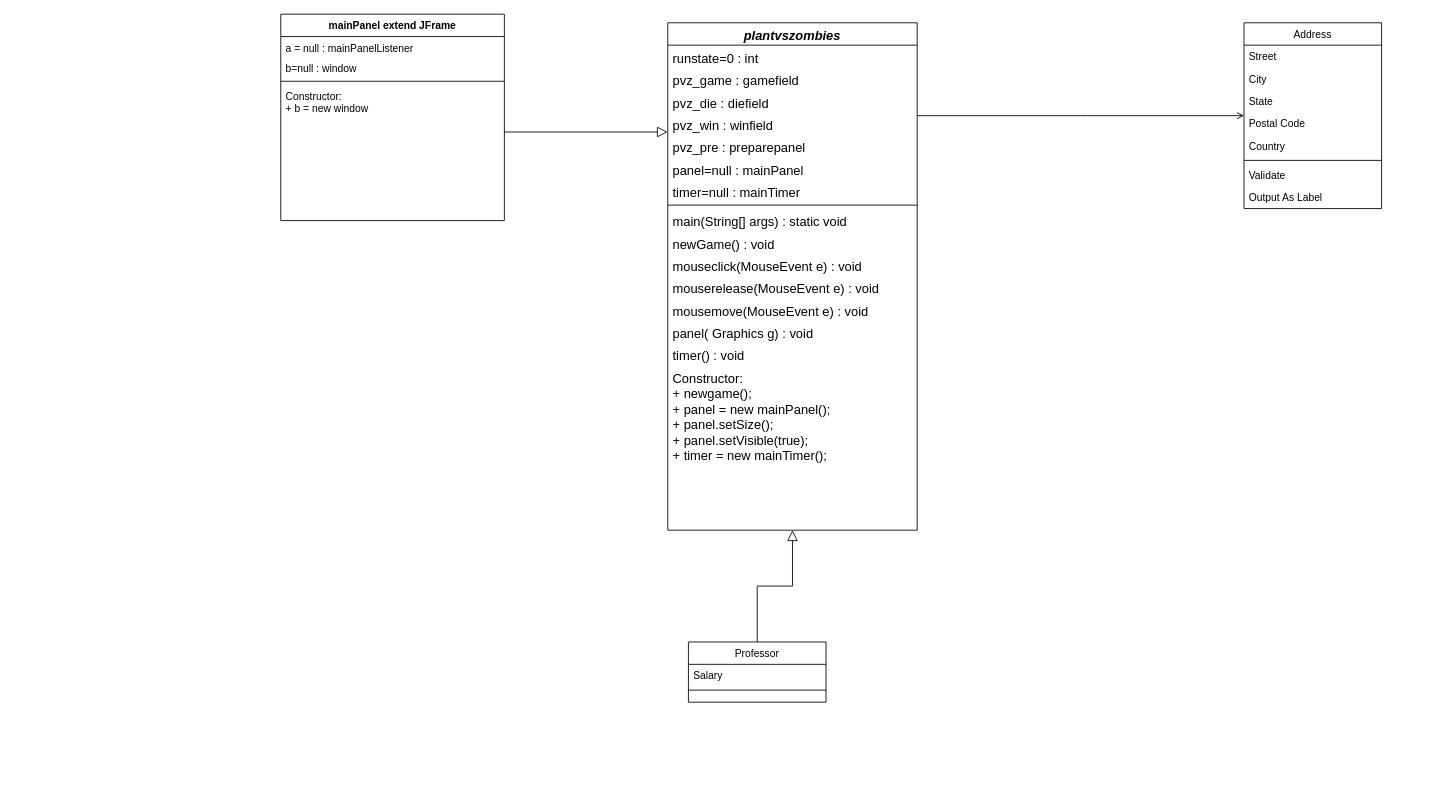
Earlier version of the draw.io diagram Untitled Diagram.drawio (meowie2k3/BoxOfParticle). Source tidied: cells renumbered, new cells numbered last; positions are measured from the earlier drawing's top-left corner, leaving out a move shared by most shapes. Both pictures are drawn from the tidied source at 86%, with x=0, y=0 at pixel (280, 14).
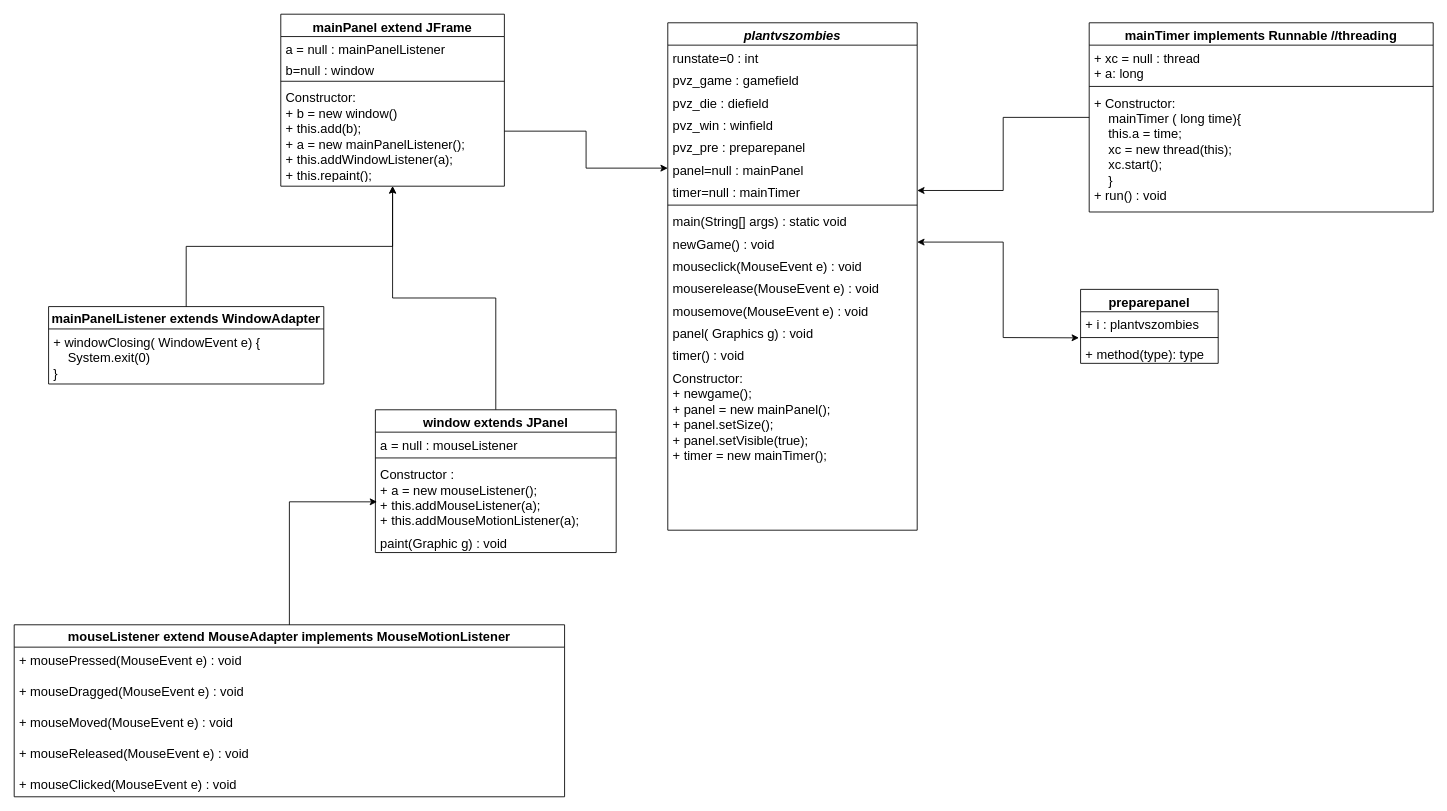
After the change.

The change refers to these unchanged cells:
```xml
<mxCell id="2" value="plantvszombies" style="swimlane;fontStyle=3;align=center;verticalAlign=top;horizontal=1;startSize=26;rounded=0;shadow=0;strokeWidth=1;fontSize=15;" parent="1" vertex="1">
  <mxGeometry x="450" y="10" width="290" height="590" as="geometry" />
</mxCell>
<mxCell id="8" value="panel=null : mainPanel" style="text;align=left;verticalAlign=top;spacingLeft=4;spacingRight=4;overflow=hidden;points=[[0,0.5],[1,0.5]];portConstraint=eastwest;rounded=0;shadow=0;html=0;fontSize=15;" parent="2" vertex="1">
  <mxGeometry y="156" width="290" height="26" as="geometry" />
</mxCell>
<mxCell id="9" value="timer=null : mainTimer" style="text;align=left;verticalAlign=top;spacingLeft=4;spacingRight=4;overflow=hidden;points=[[0,0.5],[1,0.5]];portConstraint=eastwest;rounded=0;shadow=0;html=0;fontSize=15;" parent="2" vertex="1">
  <mxGeometry y="182" width="290" height="26" as="geometry" />
</mxCell>
<mxCell id="12" value="newGame() : void" style="text;align=left;verticalAlign=top;spacingLeft=4;spacingRight=4;overflow=hidden;points=[[0,0.5],[1,0.5]];portConstraint=eastwest;fontSize=15;" parent="2" vertex="1">
  <mxGeometry y="242" width="290" height="26" as="geometry" />
</mxCell>
```

The edit, as a diff of the source:
```diff
@@
-    <mxCell id="10" style="line;html=1;strokeWidth=1;align=left;verticalAlign=middle;spacingTop=-1;spacingLeft=3;spacingRight=3;labelPosition=right;" parent="2" vertex="1">
+    <mxCell id="10" style="line;html=1;strokeWidth=1;align=left;verticalAlign=middle;spacingTop=-1;spacingLeft=3;spacingRight=3;labelPosition=right;fontSize=15;" parent="2" vertex="1">
       <mxGeometry y="208" width="290" height="8" as="geometry" />
     </mxCell>
@@
-    <mxCell id="19" value="mainPanel extend JFrame" style="swimlane;fontStyle=1;align=center;verticalAlign=top;horizontal=1;startSize=26;rounded=0;shadow=0;strokeWidth=1;" parent="1" vertex="1">
-      <mxGeometry width="260" height="240" as="geometry" />
+    <mxCell id="19" value="mainPanel extend JFrame" style="swimlane;fontStyle=1;align=center;verticalAlign=top;horizontal=1;startSize=26;rounded=0;shadow=0;strokeWidth=1;fontSize=15;" parent="1" vertex="1">
+      <mxGeometry width="260" height="200" as="geometry" />
     </mxCell>
-    <mxCell id="20" value="a = null : mainPanelListener" style="text;align=left;verticalAlign=top;spacingLeft=4;spacingRight=4;overflow=hidden;" parent="19" vertex="1">
+    <mxCell id="20" value="a = null : mainPanelListener" style="text;align=left;verticalAlign=top;spacingLeft=4;spacingRight=4;overflow=hidden;fontSize=15;" parent="19" vertex="1">
       <mxGeometry y="26" width="260" height="24" as="geometry" />
     </mxCell>
-    <mxCell id="21" value="b=null : window" style="text;align=left;verticalAlign=top;spacingLeft=4;spacingRight=4;overflow=hidden;" parent="19" vertex="1">
+    <mxCell id="21" value="b=null : window" style="text;align=left;verticalAlign=top;spacingLeft=4;spacingRight=4;overflow=hidden;fontSize=15;" parent="19" vertex="1">
       <mxGeometry y="50" width="260" height="24" as="geometry" />
     </mxCell>
-    <mxCell id="22" style="line;html=1;strokeWidth=1;align=left;verticalAlign=middle;spacingTop=-1;spacingLeft=3;spacingRight=3;labelPosition=right;" parent="19" vertex="1">
+    <mxCell id="22" style="line;html=1;strokeWidth=1;align=left;verticalAlign=middle;spacingTop=-1;spacingLeft=3;spacingRight=3;labelPosition=right;fontSize=15;" parent="19" vertex="1">
       <mxGeometry y="74" width="260" height="8" as="geometry" />
     </mxCell>
-    <mxCell id="23" value="Constructor:&#10;+ b = new window" style="text;align=left;verticalAlign=top;spacingLeft=4;spacingRight=4;overflow=hidden;points=[[0,0.5],[1,0.5]];portConstraint=eastwest;fontStyle=0;" parent="19" vertex="1">
-      <mxGeometry y="82" width="260" height="78" as="geometry" />
+    <mxCell id="23" value="Constructor:&#10;+ b = new window()&#10;+ this.add(b);&#10;+ a = new mainPanelListener();&#10;+ this.addWindowListener(a);&#10;+ this.repaint();" style="text;align=left;verticalAlign=top;spacingLeft=4;spacingRight=4;overflow=hidden;points=[[0,0.5],[1,0.5]];portConstraint=eastwest;fontStyle=0;fontSize=15;" parent="19" vertex="1">
+      <mxGeometry y="82" width="260" height="108" as="geometry" />
     </mxCell>
-    <mxCell id="24" style="endArrow=block;endSize=10;endFill=0;shadow=0;strokeWidth=1;rounded=0;edgeStyle=elbowEdgeStyle;elbow=vertical;startArrow=none;" parent="1" edge="1" target="2">
-      <mxGeometry relative="1" as="geometry">
-        <mxPoint x="260" y="137" as="sourcePoint" />
-      </mxGeometry>
-    </mxCell>
-    <mxCell id="25" value="Professor" style="swimlane;fontStyle=0;align=center;verticalAlign=top;horizontal=1;startSize=26;rounded=0;shadow=0;strokeWidth=1;" parent="1" vertex="1">
-      <mxGeometry x="474" y="730" width="160" height="70" as="geometry" />
-    </mxCell>
-    <mxCell id="26" value="Salary" style="text;align=left;verticalAlign=top;spacingLeft=4;spacingRight=4;overflow=hidden;" parent="25" vertex="1">
-      <mxGeometry y="26" width="160" height="26" as="geometry" />
-    </mxCell>
-    <mxCell id="27" style="line;html=1;strokeWidth=1;align=left;verticalAlign=middle;spacingTop=-1;spacingLeft=3;spacingRight=3;labelPosition=right;" parent="25" vertex="1">
-      <mxGeometry y="52" width="160" height="8" as="geometry" />
-    </mxCell>
-    <mxCell id="28" style="endArrow=block;endSize=10;endFill=0;shadow=0;strokeWidth=1;rounded=0;edgeStyle=elbowEdgeStyle;elbow=vertical;" parent="1" edge="1" source="25" target="2">
-      <mxGeometry relative="1" as="geometry" />
-    </mxCell>
-    <mxCell id="29" value="Address" style="swimlane;fontStyle=0;align=center;verticalAlign=top;horizontal=1;startSize=26;rounded=0;shadow=0;strokeWidth=1;" parent="1" vertex="1">
-      <mxGeometry x="1120" y="10" width="160" height="216" as="geometry" />
-    </mxCell>
-    <mxCell id="30" value="Street" style="text;align=left;verticalAlign=top;spacingLeft=4;spacingRight=4;overflow=hidden;" parent="29" vertex="1">
-      <mxGeometry y="26" width="160" height="26" as="geometry" />
-    </mxCell>
-    <mxCell id="31" value="City" style="text;align=left;verticalAlign=top;spacingLeft=4;spacingRight=4;overflow=hidden;rounded=0;shadow=0;html=0;" parent="29" vertex="1">
-      <mxGeometry y="52" width="160" height="26" as="geometry" />
-    </mxCell>
-    <mxCell id="32" value="State" style="text;align=left;verticalAlign=top;spacingLeft=4;spacingRight=4;overflow=hidden;rounded=0;shadow=0;html=0;" parent="29" vertex="1">
-      <mxGeometry y="78" width="160" height="26" as="geometry" />
-    </mxCell>
-    <mxCell id="33" value="Postal Code" style="text;align=left;verticalAlign=top;spacingLeft=4;spacingRight=4;overflow=hidden;rounded=0;shadow=0;html=0;" parent="29" vertex="1">
-      <mxGeometry y="104" width="160" height="26" as="geometry" />
-    </mxCell>
-    <mxCell id="34" value="Country" style="text;align=left;verticalAlign=top;spacingLeft=4;spacingRight=4;overflow=hidden;rounded=0;shadow=0;html=0;" parent="29" vertex="1">
-      <mxGeometry y="130" width="160" height="26" as="geometry" />
-    </mxCell>
-    <mxCell id="35" style="line;html=1;strokeWidth=1;align=left;verticalAlign=middle;spacingTop=-1;spacingLeft=3;spacingRight=3;labelPosition=right;" parent="29" vertex="1">
-      <mxGeometry y="156" width="160" height="8" as="geometry" />
-    </mxCell>
-    <mxCell id="36" value="Validate" style="text;align=left;verticalAlign=top;spacingLeft=4;spacingRight=4;overflow=hidden;" parent="29" vertex="1">
-      <mxGeometry y="164" width="160" height="26" as="geometry" />
-    </mxCell>
-    <mxCell id="37" value="Output As Label" style="text;align=left;verticalAlign=top;spacingLeft=4;spacingRight=4;overflow=hidden;" parent="29" vertex="1">
-      <mxGeometry y="190" width="160" height="26" as="geometry" />
-    </mxCell>
-    <mxCell id="38" style="endArrow=open;shadow=0;strokeWidth=1;rounded=0;endFill=1;edgeStyle=elbowEdgeStyle;elbow=vertical;" parent="1" edge="1" source="2" target="29">
-      <mxGeometry x="0.5" y="41" relative="1" as="geometry">
-        <mxPoint x="-40" y="32" as="offset" />
-      </mxGeometry>
-    </mxCell>
+    <mxCell id="39" style="edgeStyle=orthogonalEdgeStyle;rounded=0;jettySize=auto;html=1;exitX=0.5;exitY=0;exitDx=0;exitDy=0;entryX=0.5;entryY=1;entryDx=0;entryDy=0;fontSize=15;" parent="1" edge="1" source="40" target="19">
+      <mxGeometry relative="1" as="geometry" />
+    </mxCell>
+    <mxCell id="40" value="mainPanelListener extends WindowAdapter" style="swimlane;fontStyle=1;horizontal=1;startSize=26;fillColor=none;fontSize=15;" parent="1" vertex="1">
+      <mxGeometry x="-270" y="340" width="320" height="90" as="geometry" />
+    </mxCell>
+    <mxCell id="41" value="+ windowClosing( WindowEvent e) {&#10;    System.exit(0)&#10;}" style="text;strokeColor=none;fillColor=none;align=left;verticalAlign=top;spacingLeft=4;spacingRight=4;overflow=hidden;fontSize=15;" parent="40" vertex="1">
+      <mxGeometry y="26" width="320" height="64" as="geometry" />
+    </mxCell>
+    <mxCell id="42" style="edgeStyle=orthogonalEdgeStyle;rounded=0;jettySize=auto;html=1;entryX=0.5;entryY=1;entryDx=0;entryDy=0;fontSize=15;" parent="1" edge="1" source="43" target="19">
+      <mxGeometry relative="1" as="geometry" />
+    </mxCell>
+    <mxCell id="43" value="window extends JPanel" style="swimlane;fontStyle=1;align=center;verticalAlign=top;horizontal=1;startSize=26;fontSize=15;" parent="1" vertex="1">
+      <mxGeometry x="110" y="460" width="280" height="166" as="geometry" />
+    </mxCell>
+    <mxCell id="44" value="a = null : mouseListener" style="text;strokeColor=none;fillColor=none;align=left;verticalAlign=top;spacingLeft=4;spacingRight=4;overflow=hidden;fontSize=15;" parent="43" vertex="1">
+      <mxGeometry y="26" width="280" height="26" as="geometry" />
+    </mxCell>
+    <mxCell id="45" style="line;strokeWidth=1;fillColor=none;align=left;verticalAlign=middle;spacingTop=-1;spacingLeft=3;spacingRight=3;labelPosition=right;fontSize=15;" parent="43" vertex="1">
+      <mxGeometry y="52" width="280" height="8" as="geometry" />
+    </mxCell>
+    <mxCell id="46" value="Constructor :&#10;+ a = new mouseListener();&#10;+ this.addMouseListener(a);&#10;+ this.addMouseMotionListener(a);" style="text;strokeColor=none;fillColor=none;align=left;verticalAlign=top;spacingLeft=4;spacingRight=4;overflow=hidden;points=[[0,0.5],[1,0.5]];portConstraint=eastwest;fontSize=15;" parent="43" vertex="1">
+      <mxGeometry y="60" width="280" height="80" as="geometry" />
+    </mxCell>
+    <mxCell id="47" value="paint(Graphic g) : void" style="text;strokeColor=none;fillColor=none;align=left;verticalAlign=top;spacingLeft=4;spacingRight=4;overflow=hidden;fontSize=15;" parent="43" vertex="1">
+      <mxGeometry y="140" width="280" height="26" as="geometry" />
+    </mxCell>
+    <mxCell id="48" style="edgeStyle=orthogonalEdgeStyle;rounded=0;jettySize=auto;html=1;entryX=0.007;entryY=0.588;entryDx=0;entryDy=0;entryPerimeter=0;fontSize=15;" parent="1" edge="1" source="49" target="46">
+      <mxGeometry relative="1" as="geometry" />
+    </mxCell>
+    <mxCell id="49" value="mouseListener extend MouseAdapter implements MouseMotionListener" style="swimlane;fontStyle=1;horizontal=1;startSize=26;fillColor=none;fontSize=15;" parent="1" vertex="1">
+      <mxGeometry x="-310" y="710" width="640" height="200" as="geometry" />
+    </mxCell>
+    <mxCell id="50" value="+ mousePressed(MouseEvent e) : void&#10;&#10;+ mouseDragged(MouseEvent e) : void&#10;&#10;+ mouseMoved(MouseEvent e) : void&#10;&#10;+ mouseReleased(MouseEvent e) : void&#10;&#10;+ mouseClicked(MouseEvent e) : void" style="text;strokeColor=none;fillColor=none;align=left;verticalAlign=top;spacingLeft=4;spacingRight=4;overflow=hidden;fontSize=15;" parent="49" vertex="1">
+      <mxGeometry y="26" width="640" height="174" as="geometry" />
+    </mxCell>
+    <mxCell id="51" style="edgeStyle=orthogonalEdgeStyle;rounded=0;jettySize=auto;html=1;entryX=1;entryY=0.5;entryDx=0;entryDy=0;fontSize=15;" parent="1" edge="1" source="52" target="9">
+      <mxGeometry relative="1" as="geometry" />
+    </mxCell>
+    <mxCell id="52" value="mainTimer implements Runnable //threading" style="swimlane;fontStyle=1;align=center;verticalAlign=top;horizontal=1;startSize=26;fontSize=15;" parent="1" vertex="1">
+      <mxGeometry x="940" y="10" width="400" height="220" as="geometry" />
+    </mxCell>
+    <mxCell id="53" value="+ xc = null : thread&#10;+ a: long" style="text;strokeColor=none;fillColor=none;align=left;verticalAlign=top;spacingLeft=4;spacingRight=4;overflow=hidden;fontSize=15;" parent="52" vertex="1">
+      <mxGeometry y="26" width="400" height="44" as="geometry" />
+    </mxCell>
+    <mxCell id="54" style="line;strokeWidth=1;fillColor=none;align=left;verticalAlign=middle;spacingTop=-1;spacingLeft=3;spacingRight=3;labelPosition=right;fontSize=15;" parent="52" vertex="1">
+      <mxGeometry y="70" width="400" height="8" as="geometry" />
+    </mxCell>
+    <mxCell id="55" value="+ Constructor: &#10;    mainTimer ( long time){&#10;    this.a = time;&#10;    xc = new thread(this);&#10;    xc.start();&#10;    }&#10;+ run() : void" style="text;strokeColor=none;fillColor=none;align=left;verticalAlign=top;spacingLeft=4;spacingRight=4;overflow=hidden;fontSize=15;" parent="52" vertex="1">
+      <mxGeometry y="78" width="400" height="142" as="geometry" />
+    </mxCell>
+    <mxCell id="56" style="edgeStyle=orthogonalEdgeStyle;rounded=0;jettySize=auto;html=1;entryX=0;entryY=0.5;entryDx=0;entryDy=0;fontSize=15;" parent="1" edge="1" source="23" target="8">
+      <mxGeometry relative="1" as="geometry" />
+    </mxCell>
+    <mxCell id="57" value="preparepanel" style="swimlane;fontStyle=1;align=center;verticalAlign=top;horizontal=1;startSize=26;fontSize=15;" parent="1" vertex="1">
+      <mxGeometry x="930" y="320" width="160" height="86" as="geometry" />
+    </mxCell>
+    <mxCell id="58" value="+ i : plantvszombies" style="text;strokeColor=none;fillColor=none;align=left;verticalAlign=top;spacingLeft=4;spacingRight=4;overflow=hidden;fontSize=15;" parent="57" vertex="1">
+      <mxGeometry y="26" width="160" height="26" as="geometry" />
+    </mxCell>
+    <mxCell id="59" style="line;strokeWidth=1;fillColor=none;align=left;verticalAlign=middle;spacingTop=-1;spacingLeft=3;spacingRight=3;labelPosition=right;fontSize=15;" parent="57" vertex="1">
+      <mxGeometry y="52" width="160" height="8" as="geometry" />
+    </mxCell>
+    <mxCell id="60" value="+ method(type): type" style="text;strokeColor=none;fillColor=none;align=left;verticalAlign=top;spacingLeft=4;spacingRight=4;overflow=hidden;points=[[0,0.5],[1,0.5]];portConstraint=eastwest;fontSize=15;" parent="57" vertex="1">
+      <mxGeometry y="60" width="160" height="26" as="geometry" />
+    </mxCell>
+    <mxCell id="61" style="endArrow=classic;startArrow=classic;html=1;rounded=0;fontSize=15;entryX=-0.012;entryY=-0.141;entryDx=0;entryDy=0;entryPerimeter=0;exitX=1;exitY=0.5;exitDx=0;exitDy=0;" parent="1" edge="1" source="12" target="60">
+      <mxGeometry relative="1" as="geometry">
+        <Array as="points">
+          <mxPoint x="840" y="265" />
+          <mxPoint x="840" y="376" />
+        </Array>
+      </mxGeometry>
+    </mxCell>
```
